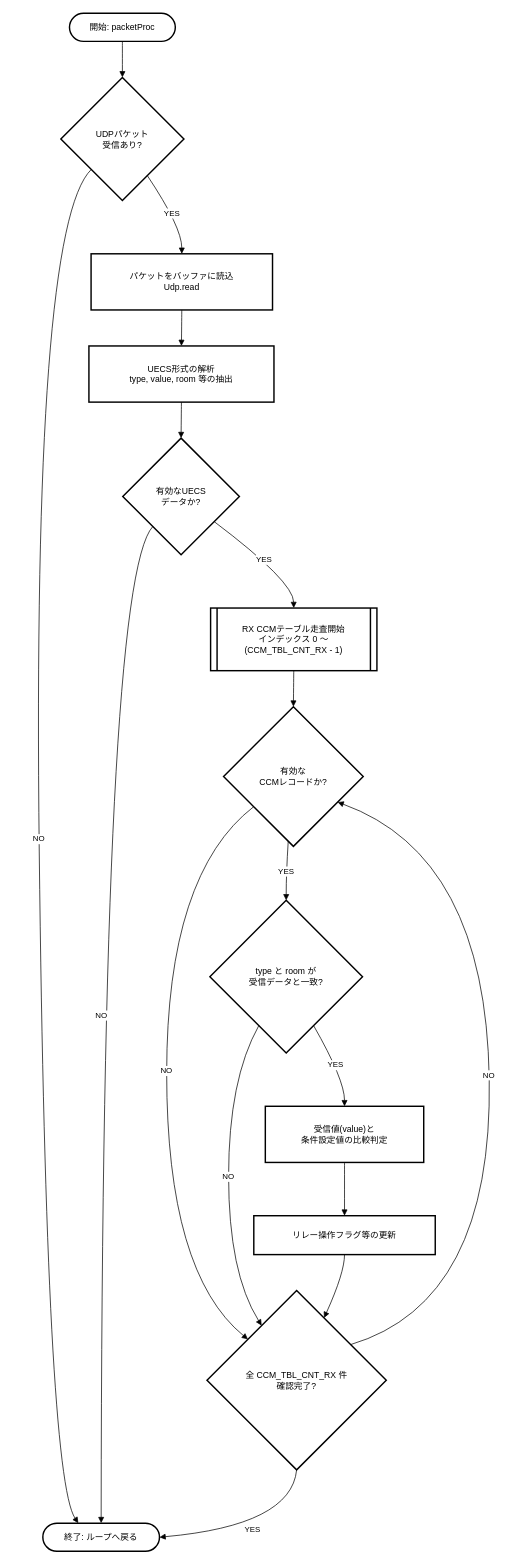
Earlier version of the draw.io diagram DOCS/FlowChart/packetProc.drawio (mhorimoto/M304-lowcode). Source tidied: cells renumbered, new cells numbered last; positions are measured from the earlier drawing's top-left corner, leaving out a move shared by most shapes. Both pictures are drawn from the tidied source at 72%, with x=0, y=0 at pixel (32, 13).
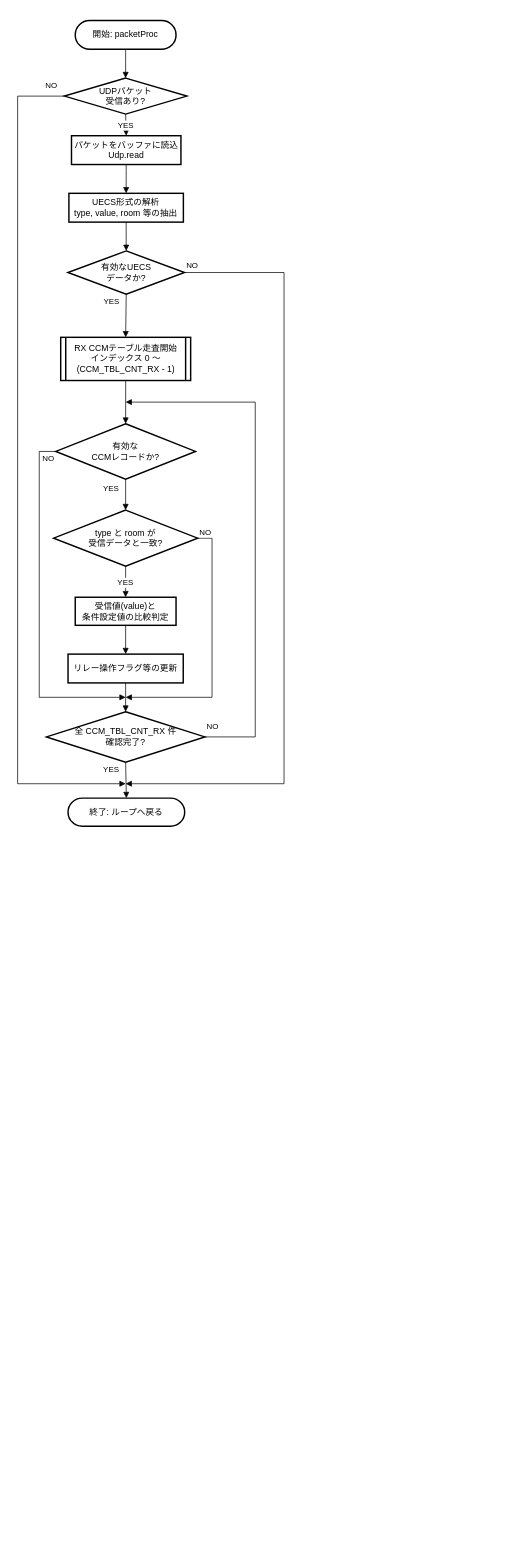
The same diagram, later.

Diff of the diagram source:
```diff
@@
     <mxCell id="2" value="開始: packetProc" style="rounded=1;whiteSpace=wrap;arcSize=50;strokeWidth=2;" parent="1" vertex="1">
-      <mxGeometry x="52" width="147" height="39" as="geometry" />
+      <mxGeometry x="60" y="10" width="140" height="40" as="geometry" />
     </mxCell>
     <mxCell id="3" value="UDPパケット&#10;受信あり?" style="rhombus;strokeWidth=2;whiteSpace=wrap;" parent="1" vertex="1">
-      <mxGeometry x="40" y="89" width="171" height="171" as="geometry" />
+      <mxGeometry x="45" y="90" width="170" height="50" as="geometry" />
     </mxCell>
     <mxCell id="4" value="終了: ループへ戻る" style="rounded=1;whiteSpace=wrap;arcSize=50;strokeWidth=2;" parent="1" vertex="1">
-      <mxGeometry x="15" y="2097" width="162" height="39" as="geometry" />
+      <mxGeometry x="50" y="1090" width="162" height="39" as="geometry" />
     </mxCell>
     <mxCell id="5" value="パケットをバッファに読込&#10;Udp.read" style="whiteSpace=wrap;strokeWidth=2;" parent="1" vertex="1">
-      <mxGeometry x="82" y="334" width="252" height="78" as="geometry" />
+      <mxGeometry x="54.8" y="170" width="152" height="40" as="geometry" />
     </mxCell>
     <mxCell id="6" value="UECS形式の解析&#10;type, value, room 等の抽出" style="whiteSpace=wrap;strokeWidth=2;" parent="1" vertex="1">
-      <mxGeometry x="79" y="462" width="257" height="78" as="geometry" />
+      <mxGeometry x="51.2" y="250" width="159" height="40" as="geometry" />
     </mxCell>
     <mxCell id="7" value="有効なUECS&#10;データか?" style="rhombus;strokeWidth=2;whiteSpace=wrap;" parent="1" vertex="1">
-      <mxGeometry x="126" y="590" width="162" height="162" as="geometry" />
+      <mxGeometry x="49.8" y="330" width="162" height="60" as="geometry" />
     </mxCell>
     <mxCell id="8" value="RX CCMテーブル走査開始&#10;インデックス 0 〜 (CCM_TBL_CNT_RX - 1)" style="strokeWidth=2;shape=process;whiteSpace=wrap;size=0.04;" parent="1" vertex="1">
-      <mxGeometry x="248" y="826" width="231" height="87" as="geometry" />
+      <mxGeometry x="39.8" y="450" width="180.5" height="60" as="geometry" />
     </mxCell>
     <mxCell id="9" value="有効な&#10;CCMレコードか?" style="rhombus;strokeWidth=2;whiteSpace=wrap;" parent="1" vertex="1">
-      <mxGeometry x="266" y="963" width="194" height="194" as="geometry" />
+      <mxGeometry x="33" y="570" width="194" height="77" as="geometry" />
     </mxCell>
     <mxCell id="10" value="全 CCM_TBL_CNT_RX 件&#10;確認完了?" style="rhombus;strokeWidth=2;whiteSpace=wrap;" parent="1" vertex="1">
-      <mxGeometry x="243" y="1774" width="249" height="249" as="geometry" />
+      <mxGeometry x="20" y="970" width="220" height="70" as="geometry" />
     </mxCell>
     <mxCell id="11" value="type と room が&#10;受信データと一致?" style="rhombus;strokeWidth=2;whiteSpace=wrap;" parent="1" vertex="1">
-      <mxGeometry x="247" y="1232" width="212" height="212" as="geometry" />
+      <mxGeometry x="30" y="690" width="200" height="78" as="geometry" />
     </mxCell>
     <mxCell id="12" value="受信値(value)と&#10;条件設定値の比較判定" style="whiteSpace=wrap;strokeWidth=2;" parent="1" vertex="1">
-      <mxGeometry x="324" y="1518" width="220" height="78" as="geometry" />
+      <mxGeometry x="60" y="811" width="140" height="39" as="geometry" />
     </mxCell>
     <mxCell id="13" value="リレー操作フラグ等の更新" style="whiteSpace=wrap;strokeWidth=2;" parent="1" vertex="1">
-      <mxGeometry x="308" y="1670" width="252" height="54" as="geometry" />
+      <mxGeometry x="50" y="890" width="160" height="40" as="geometry" />
     </mxCell>
@@
-    <mxCell id="15" value="NO" style="curved=1;startArrow=none;endArrow=block;exitX=0;exitY=0.99;entryX=0.3;entryY=-0.01;rounded=0;" parent="1" edge="1" source="3" target="4">
-      <mxGeometry relative="1" as="geometry">
+    <mxCell id="15" value="NO" style="startArrow=none;endArrow=block;exitX=0;exitY=0.5;rounded=0;edgeStyle=orthogonalEdgeStyle;exitDx=0;exitDy=0;" parent="1" edge="1" source="3">
+      <mxGeometry x="-0.97" y="-15" relative="1" as="geometry">
+        <mxPoint x="130" y="1070" as="targetPoint" />
         <Array as="points">
-          <mxPoint y="297" />
-          <mxPoint x="20" y="2030" />
+          <mxPoint x="-20" y="115" />
+          <mxPoint x="-20" y="1070" />
         </Array>
       </mxGeometry>
     </mxCell>
-    <mxCell id="16" value="YES" style="curved=1;startArrow=none;endArrow=block;exitX=0.84;exitY=1;entryX=0.5;entryY=0;rounded=0;" parent="1" edge="1" source="3" target="5">
-      <mxGeometry relative="1" as="geometry">
-        <Array as="points">
-          <mxPoint x="208" y="297" />
-        </Array>
-      </mxGeometry>
+    <mxCell id="16" value="YES" style="startArrow=none;endArrow=block;exitX=0.5;exitY=1;entryX=0.5;entryY=0;rounded=0;exitDx=0;exitDy=0;" parent="1" edge="1" source="3" target="5">
+      <mxGeometry relative="1" as="geometry" />
     </mxCell>
@@
-    <mxCell id="18" style="curved=1;startArrow=none;endArrow=block;exitX=0.5;exitY=1;entryX=0.5;entryY=0;rounded=0;" parent="1" edge="1" source="6" target="7">
+    <mxCell id="18" style="startArrow=none;endArrow=block;exitX=0.5;exitY=1;entryX=0.5;entryY=0;rounded=0;" parent="1" edge="1" source="6" target="7">
       <mxGeometry relative="1" as="geometry" />
     </mxCell>
-    <mxCell id="19" value="NO" style="curved=1;startArrow=none;endArrow=block;exitX=0.03;exitY=1;entryX=0.5;entryY=-0.01;rounded=0;" parent="1" edge="1" source="7" target="4">
-      <mxGeometry relative="1" as="geometry">
+    <mxCell id="19" value="NO" style="startArrow=none;endArrow=block;exitX=1;exitY=0.5;rounded=0;edgeStyle=orthogonalEdgeStyle;exitDx=0;exitDy=0;" parent="1" edge="1" source="7">
+      <mxGeometry x="-0.98" y="10" relative="1" as="geometry">
+        <mxPoint x="130" y="1070" as="targetPoint" />
         <Array as="points">
-          <mxPoint x="97" y="789" />
+          <mxPoint x="350" y="360" />
+          <mxPoint x="350" y="1070" />
+          <mxPoint x="150" y="1070" />
         </Array>
       </mxGeometry>
     </mxCell>
-    <mxCell id="20" value="YES" style="curved=1;startArrow=none;endArrow=block;exitX=1;exitY=0.88;entryX=0.5;entryY=0;rounded=0;" parent="1" edge="1" source="7" target="8">
-      <mxGeometry relative="1" as="geometry">
-        <Array as="points">
-          <mxPoint x="363" y="789" />
-        </Array>
-      </mxGeometry>
+    <mxCell id="20" value="YES" style="startArrow=none;endArrow=block;exitX=0.5;exitY=1;entryX=0.5;entryY=0;rounded=0;exitDx=0;exitDy=0;" parent="1" edge="1" source="7" target="8">
+      <mxGeometry x="-0.66" y="-20" relative="1" as="geometry" />
     </mxCell>
-    <mxCell id="21" style="curved=1;startArrow=none;endArrow=block;exitX=0.5;exitY=1;entryX=0.5;entryY=0;rounded=0;" parent="1" edge="1" source="8" target="9">
+    <mxCell id="21" style="startArrow=none;endArrow=block;exitX=0.5;exitY=1;entryX=0.5;entryY=0;rounded=0;" parent="1" edge="1" source="8" target="9">
       <mxGeometry relative="1" as="geometry" />
     </mxCell>
-    <mxCell id="22" value="NO" style="curved=1;startArrow=none;endArrow=block;exitX=0;exitY=0.88;entryX=0;entryY=0.08;rounded=0;" parent="1" edge="1" source="9" target="10">
-      <mxGeometry relative="1" as="geometry">
+    <mxCell id="22" value="NO" style="startArrow=none;endArrow=block;exitX=0;exitY=0.5;rounded=0;edgeStyle=orthogonalEdgeStyle;exitDx=0;exitDy=0;" parent="1" edge="1" source="9">
+      <mxGeometry x="-0.96" y="9" relative="1" as="geometry">
+        <mxPoint x="130" y="950" as="targetPoint" />
         <Array as="points">
-          <mxPoint x="187" y="1195" />
-          <mxPoint x="187" y="1749" />
+          <mxPoint x="10" y="609" />
+          <mxPoint x="10" y="950" />
         </Array>
       </mxGeometry>
     </mxCell>
-    <mxCell id="23" value="YES" style="curved=1;startArrow=none;endArrow=block;exitX=0.46;exitY=1;entryX=0.5;entryY=0;rounded=0;" parent="1" edge="1" source="9" target="11">
-      <mxGeometry relative="1" as="geometry">
-        <Array as="points">
-          <mxPoint x="353" y="1195" />
-        </Array>
-      </mxGeometry>
+    <mxCell id="23" value="YES" style="startArrow=none;endArrow=block;exitX=0.5;exitY=1;entryX=0.5;entryY=0;rounded=0;exitDx=0;exitDy=0;" parent="1" edge="1" source="9" target="11">
+      <mxGeometry x="-0.4" y="-20" relative="1" as="geometry" />
     </mxCell>
-    <mxCell id="24" value="NO" style="curved=1;startArrow=none;endArrow=block;exitX=0.22;exitY=1;entryX=0.18;entryY=0;rounded=0;" parent="1" edge="1" source="11" target="10">
-      <mxGeometry relative="1" as="geometry">
+    <mxCell id="24" value="NO" style="startArrow=none;endArrow=block;exitX=1;exitY=0.5;rounded=0;exitDx=0;exitDy=0;edgeStyle=orthogonalEdgeStyle;" parent="1" edge="1" source="11">
+      <mxGeometry x="-0.94" y="9" relative="1" as="geometry">
+        <mxPoint x="130" y="950" as="targetPoint" />
         <Array as="points">
-          <mxPoint x="273" y="1481" />
-          <mxPoint x="273" y="1749" />
+          <mxPoint x="250" y="729" />
+          <mxPoint x="250" y="950" />
         </Array>
       </mxGeometry>
     </mxCell>
-    <mxCell id="25" value="YES" style="curved=1;startArrow=none;endArrow=block;exitX=0.78;exitY=1;entryX=0.5;entryY=-0.01;rounded=0;" parent="1" edge="1" source="11" target="12">
-      <mxGeometry relative="1" as="geometry">
-        <Array as="points">
-          <mxPoint x="434" y="1481" />
-        </Array>
-      </mxGeometry>
+    <mxCell id="25" value="YES" style="startArrow=none;endArrow=block;exitX=0.5;exitY=1;entryX=0.5;entryY=-0.01;rounded=0;exitDx=0;exitDy=0;" parent="1" edge="1" source="11" target="12">
+      <mxGeometry relative="1" as="geometry" />
     </mxCell>
-    <mxCell id="26" style="curved=1;startArrow=none;endArrow=block;exitX=0.5;exitY=0.99;entryX=0.5;entryY=-0.01;rounded=0;" parent="1" edge="1" source="12" target="13">
+    <mxCell id="26" style="startArrow=none;endArrow=block;exitX=0.5;exitY=0.99;entryX=0.5;entryY=-0.01;rounded=0;" parent="1" edge="1" source="12" target="13">
       <mxGeometry relative="1" as="geometry" />
     </mxCell>
-    <mxCell id="27" style="curved=1;startArrow=none;endArrow=block;exitX=0.5;exitY=0.99;entryX=0.72;entryY=0;rounded=0;" parent="1" edge="1" source="13" target="10">
-      <mxGeometry relative="1" as="geometry">
-        <Array as="points">
-          <mxPoint x="434" y="1749" />
-        </Array>
-      </mxGeometry>
+    <mxCell id="27" style="startArrow=none;endArrow=block;exitX=0.5;exitY=0.99;entryX=0.5;entryY=0;rounded=0;entryDx=0;entryDy=0;" parent="1" edge="1" source="13" target="10">
+      <mxGeometry relative="1" as="geometry" />
     </mxCell>
-    <mxCell id="28" value="NO" style="curved=1;startArrow=none;endArrow=block;exitX=1;exitY=0.17;entryX=1;entryY=0.79;rounded=0;" parent="1" edge="1" source="10" target="9">
-      <mxGeometry relative="1" as="geometry">
+    <mxCell id="28" value="NO" style="startArrow=none;endArrow=block;exitX=1;exitY=0.5;rounded=0;edgeStyle=orthogonalEdgeStyle;exitDx=0;exitDy=0;" parent="1" edge="1" source="10">
+      <mxGeometry x="-0.97" y="15" relative="1" as="geometry">
+        <mxPoint x="130" y="540" as="targetPoint" />
         <Array as="points">
-          <mxPoint x="640" y="1790" />
-          <mxPoint x="630" y="1170" />
+          <mxPoint x="310" y="1005" />
+          <mxPoint x="310" y="540" />
         </Array>
       </mxGeometry>
     </mxCell>
-    <mxCell id="29" value="YES" style="curved=1;startArrow=none;endArrow=block;exitX=0.5;exitY=1;entryX=1;entryY=0.5;rounded=0;entryDx=0;entryDy=0;" parent="1" edge="1" source="10" target="4">
-      <mxGeometry relative="1" as="geometry">
-        <Array as="points">
-          <mxPoint x="360" y="2100" />
-        </Array>
-      </mxGeometry>
+    <mxCell id="29" value="YES" style="startArrow=none;endArrow=block;exitX=0.5;exitY=1;entryX=0.5;entryY=0;rounded=0;entryDx=0;entryDy=0;" parent="1" edge="1" source="10" target="4">
+      <mxGeometry x="-0.62" y="-20" relative="1" as="geometry" />
     </mxCell>
```
